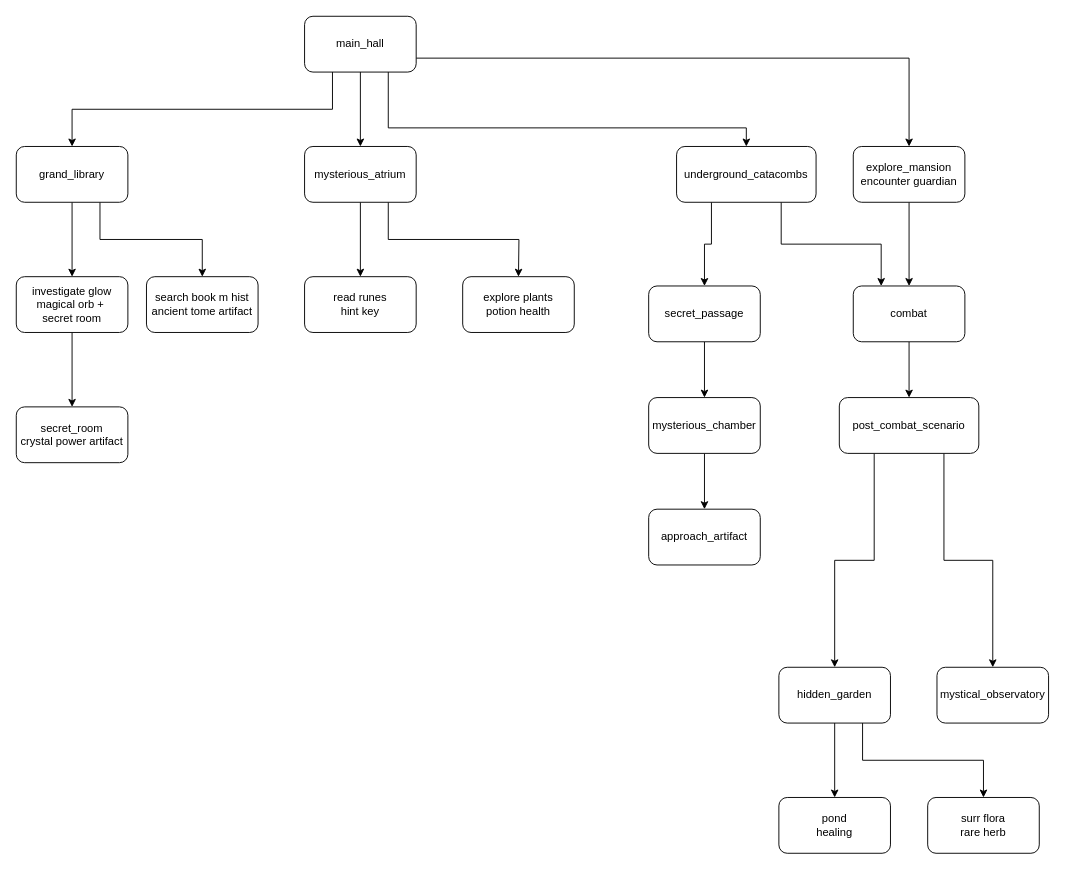
Earlier version of the draw.io diagram AdventureText.drawio (SkyBlyvion/Python-AdventureText). Source tidied: cells renumbered, new cells numbered last; positions are measured from the earlier drawing's top-left corner, leaving out a move shared by most shapes. Both pictures are drawn from the tidied source at 93%, with x=0, y=0 at pixel (16, 16).
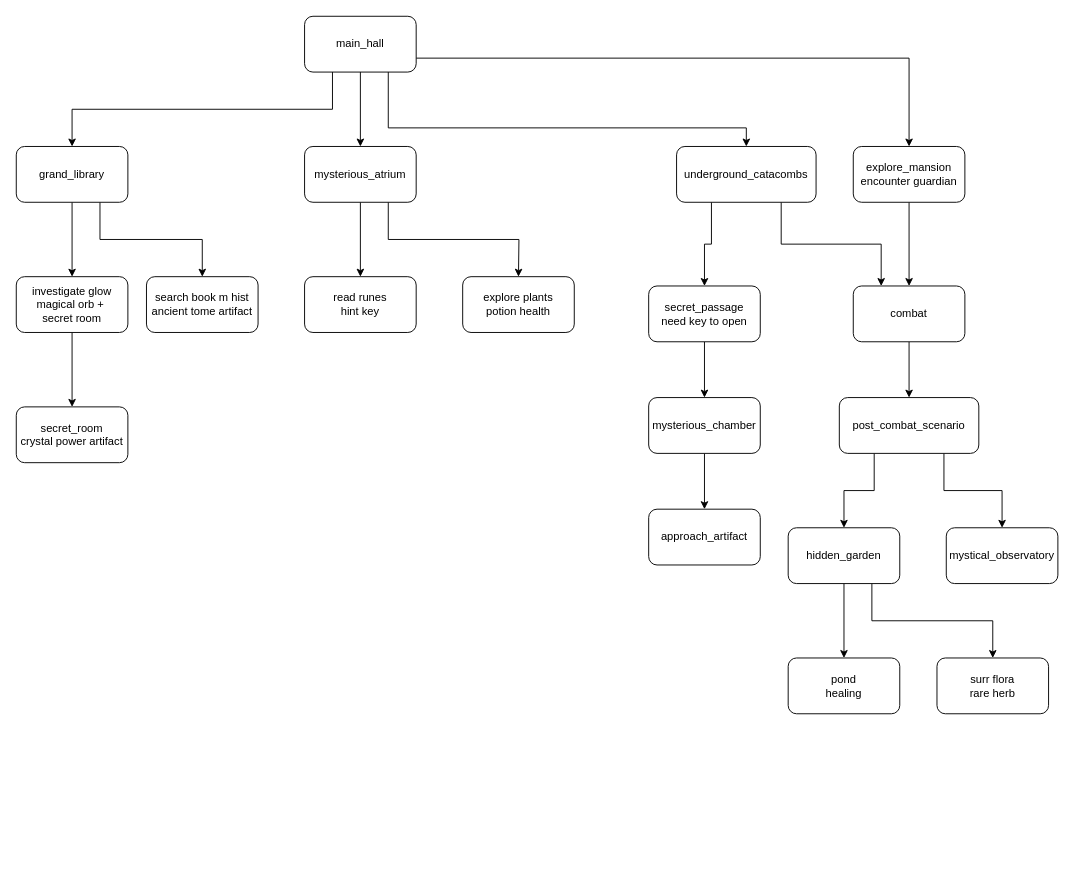
After the change.

Commit message (it also covers changes not shown here):
add Atrium Key and The Atrium Door

Diff of the diagram source:
```diff
@@
     <mxCell id="12" value="hidden_garden" style="whiteSpace=wrap;html=1;rounded=1;" parent="1" vertex="1">
-      <mxGeometry x="820" y="700" width="120" height="60" as="geometry" />
+      <mxGeometry x="830" y="550" width="120" height="60" as="geometry" />
     </mxCell>
@@
     <mxCell id="16" value="pond&lt;div&gt;healing&lt;/div&gt;" style="whiteSpace=wrap;html=1;rounded=1;" parent="1" vertex="1">
-      <mxGeometry x="820" y="840" width="120" height="60" as="geometry" />
+      <mxGeometry x="830" y="690" width="120" height="60" as="geometry" />
     </mxCell>
     <mxCell id="17" value="surr flora&lt;div&gt;rare herb&lt;/div&gt;" style="whiteSpace=wrap;html=1;rounded=1;" parent="1" vertex="1">
-      <mxGeometry x="980" y="840" width="120" height="60" as="geometry" />
+      <mxGeometry x="990" y="690" width="120" height="60" as="geometry" />
     </mxCell>
@@
     <mxCell id="31" value="mystical_observatory" style="rounded=1;whiteSpace=wrap;html=1;" parent="1" vertex="1">
-      <mxGeometry x="990" y="700" width="120" height="60" as="geometry" />
+      <mxGeometry x="1000" y="550" width="120" height="60" as="geometry" />
     </mxCell>
@@
-    <mxCell id="33" value="secret_passage" style="rounded=1;whiteSpace=wrap;html=1;" parent="1" vertex="1">
+    <mxCell id="33" value="secret_passage&lt;br&gt;need key to open" style="rounded=1;whiteSpace=wrap;html=1;" parent="1" vertex="1">
       <mxGeometry x="680" y="290" width="120" height="60" as="geometry" />
     </mxCell>
```
